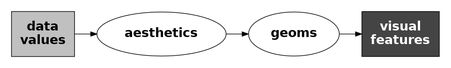
Before: Diagrams/data-aes-geom-vis.png, a diagram exported from Graphviz (pmur002/hdvw). Its source is kept beside it as Diagrams/data-aes-geom-vis.dot. Source of this version:
```dot
digraph {
  graph [ rankdir=LR; margin=.2; nodesep=.5 ];
  node [ fontsize=20; fontname="sans bold"; margin=.2 ];
  data [ label="data\nvalues"; shape=box; style=filled; fillcolor=gray ]
  aes [ label="aesthetics"; shape=ellipse; ]
  geom [ label="geoms"; shape=ellipse; ]
  vis [ label="visual\nfeatures"; shape=box;
        style=filled; fillcolor="#444444"; fontcolor=white ]
  data -> aes
  aes -> geom
  geom -> vis
}
```
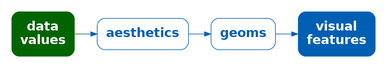
Above is the later version.

Diff of the diagram source:
```diff
@@ -1,12 +1,12 @@
 digraph {
   graph [ rankdir=LR; margin=.2; nodesep=.5 ];
   node [ fontsize=20; fontname="sans bold"; margin=.2 ];
-  data [ label="data\nvalues"; shape=box; style=filled; fillcolor=gray ]
-  aes [ label="aesthetics"; shape=ellipse; ]
-  geom [ label="geoms"; shape=ellipse; ]
+  data [ label="data\nvalues"; shape=box; style="filled, rounded"; penwidth=0; fontcolor=white; fillcolor="#006400" ]
+  aes [ label="aesthetics"; shape=box; style=rounded; color="#005FB2"; fontcolor="#005FB2" ]
+  geom [ label="geoms"; shape=box; style=rounded; color="#005FB2"; fontcolor="#005FB2" ]
   vis [ label="visual\nfeatures"; shape=box;
-        style=filled; fillcolor="#444444"; fontcolor=white ]
-  data -> aes
-  aes -> geom
-  geom -> vis
+     style="filled, rounded"; penwidth=0; fontcolor=white; fillcolor="#005FB2" ]
+  data -> aes [ color="#006400;0.1:#006314;0.1:#006328;0.1:#00623B;0.1:#00624F;0.1:#006163;0.1:#006177;0.1:#00608A;0.1:#00609E;0.1:#005FB2;0.1" ]
+  aes -> geom [ color="#005FB2" ]
+  geom -> vis [ color="#005FB2" ]
 }
```
